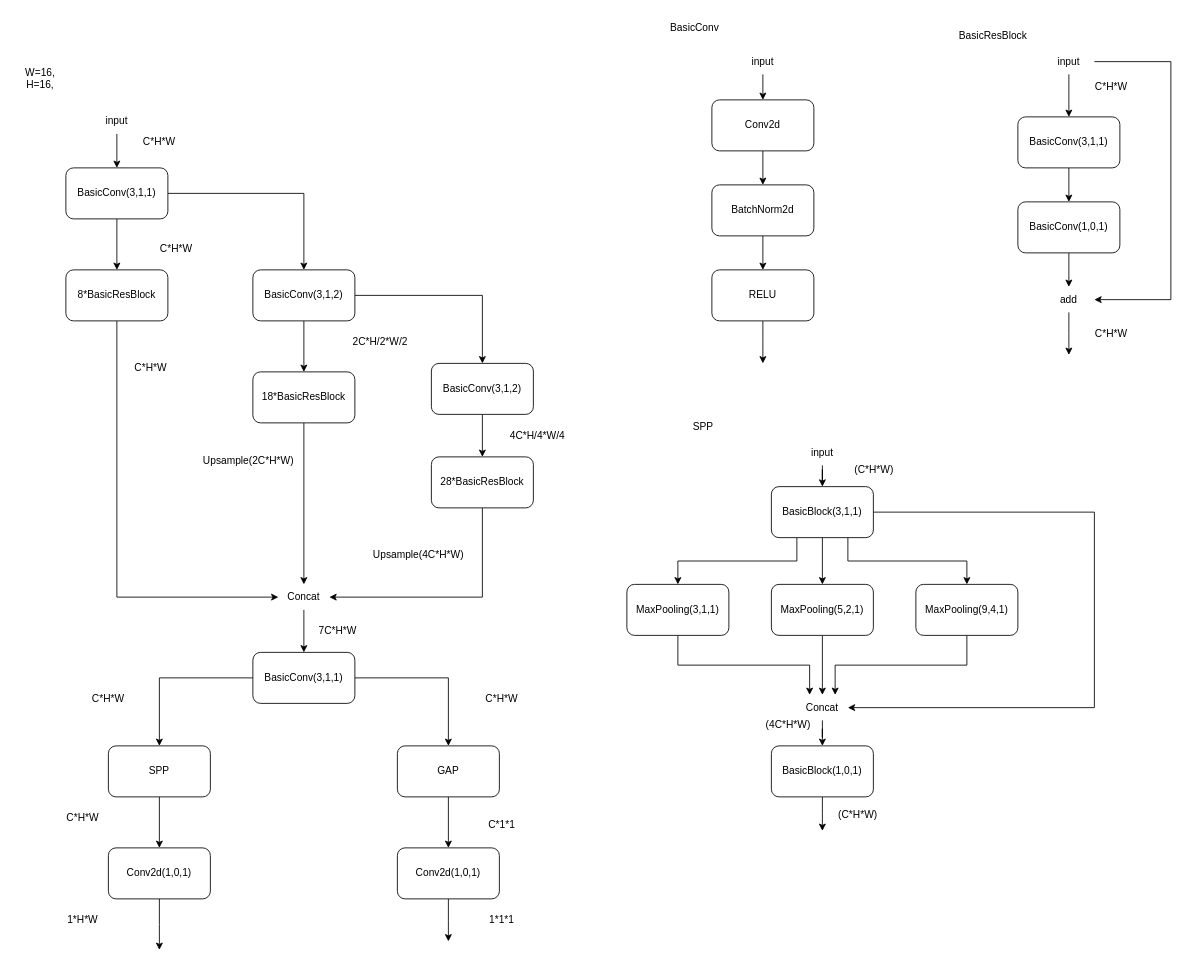
Above: docs/五子棋策略价值网络设计.drawio in dowdyboy/lin_xiao_five_in_a_row (draw.io), before the change. Source tidied: cells renumbered, new cells numbered last; positions are measured from the earlier drawing's top-left corner, leaving out a move shared by most shapes. Both pictures are drawn from the tidied source at 85%, with x=0, y=0 at pixel (14, 14).
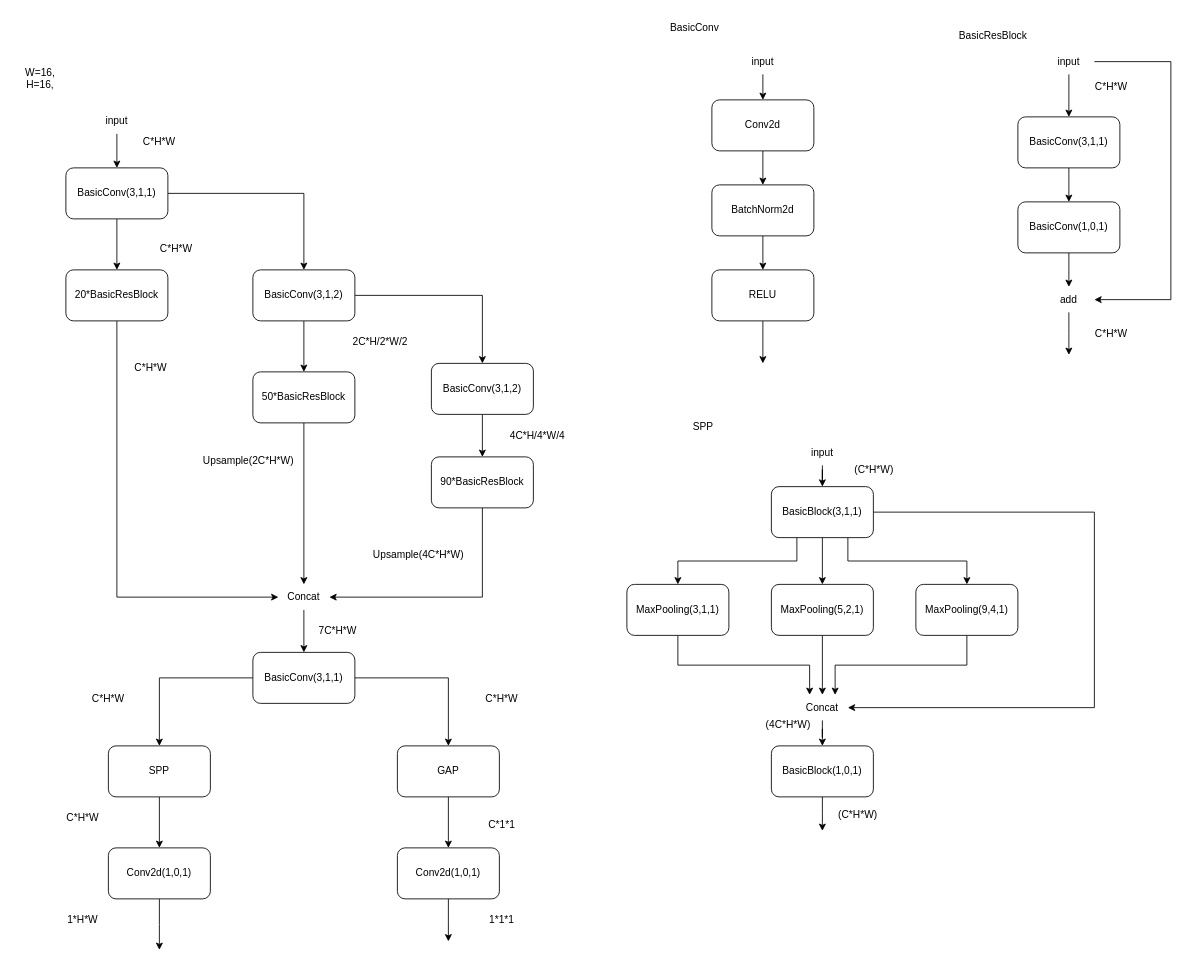
After the change.

The edit, as a diff of the source:
```diff
@@
-    <mxCell id="31" value="8*BasicResBlock" style="rounded=1;whiteSpace=wrap;html=1;" parent="1" vertex="1">
+    <mxCell id="31" value="20*BasicResBlock" style="rounded=1;whiteSpace=wrap;html=1;" parent="1" vertex="1">
       <mxGeometry x="60" y="300" width="120" height="60" as="geometry" />
     </mxCell>
@@
-    <mxCell id="40" value="18*BasicResBlock" style="rounded=1;whiteSpace=wrap;html=1;" parent="1" vertex="1">
+    <mxCell id="40" value="50*BasicResBlock" style="rounded=1;whiteSpace=wrap;html=1;" parent="1" vertex="1">
       <mxGeometry x="280" y="420" width="120" height="60" as="geometry" />
     </mxCell>
@@
-    <mxCell id="42" value="28*BasicResBlock" style="rounded=1;whiteSpace=wrap;html=1;" parent="1" vertex="1">
+    <mxCell id="42" value="90*BasicResBlock" style="rounded=1;whiteSpace=wrap;html=1;" parent="1" vertex="1">
       <mxGeometry x="490" y="520" width="120" height="60" as="geometry" />
     </mxCell>
```
